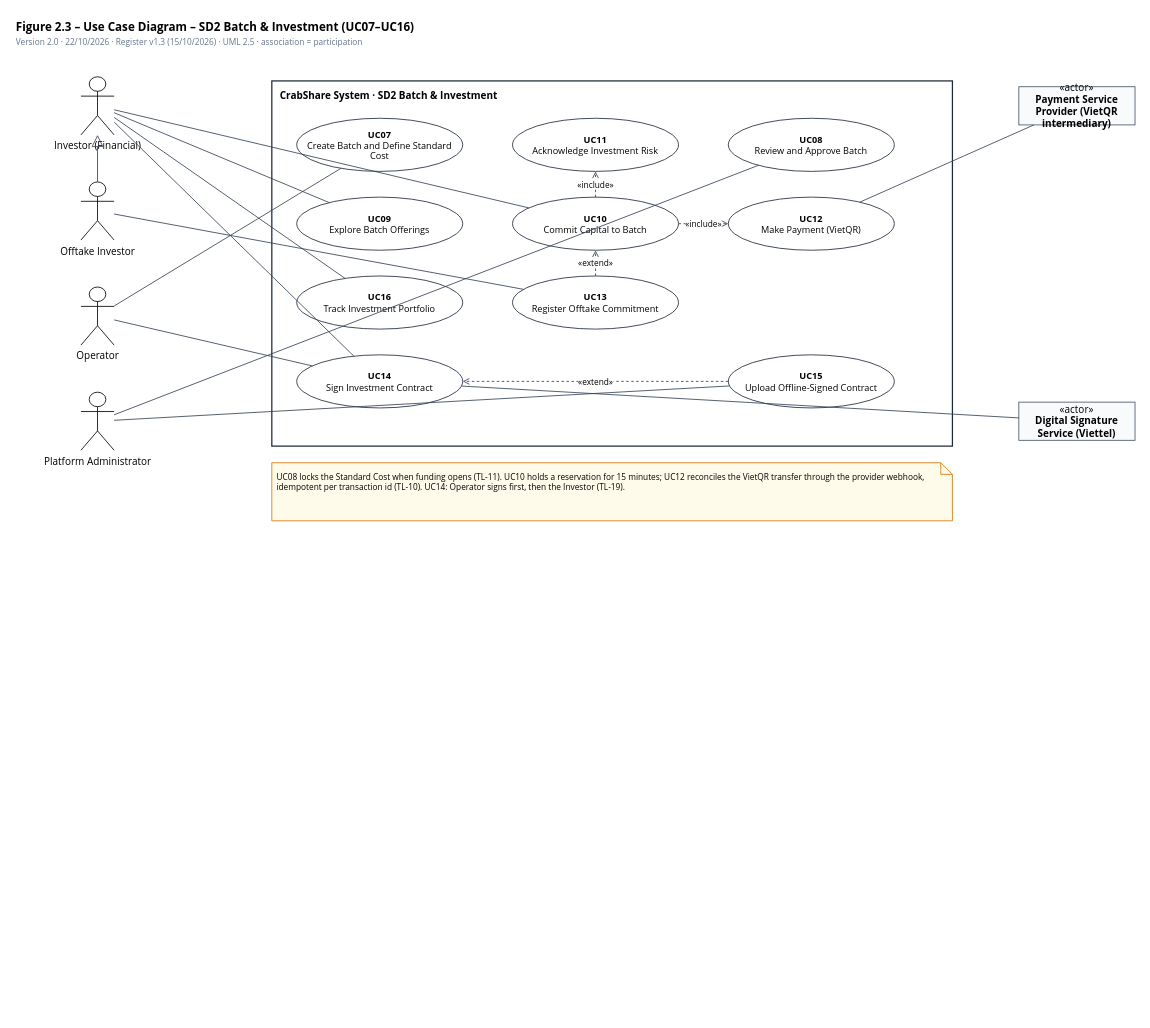
Before: page "SD2 – Batch & Investment" (3 of 7) of docs/diagrams/CrabShare_Use_Case_Diagrams.drawio in thienhoibai/crabshare, a draw.io diagram. Source tidied: cells renumbered, new cells numbered last; positions are measured from the earlier drawing's top-left corner, leaving out a move shared by most shapes. Both pictures are drawn from the tidied source at 83%, with x=0, y=0 at pixel (14, 14).
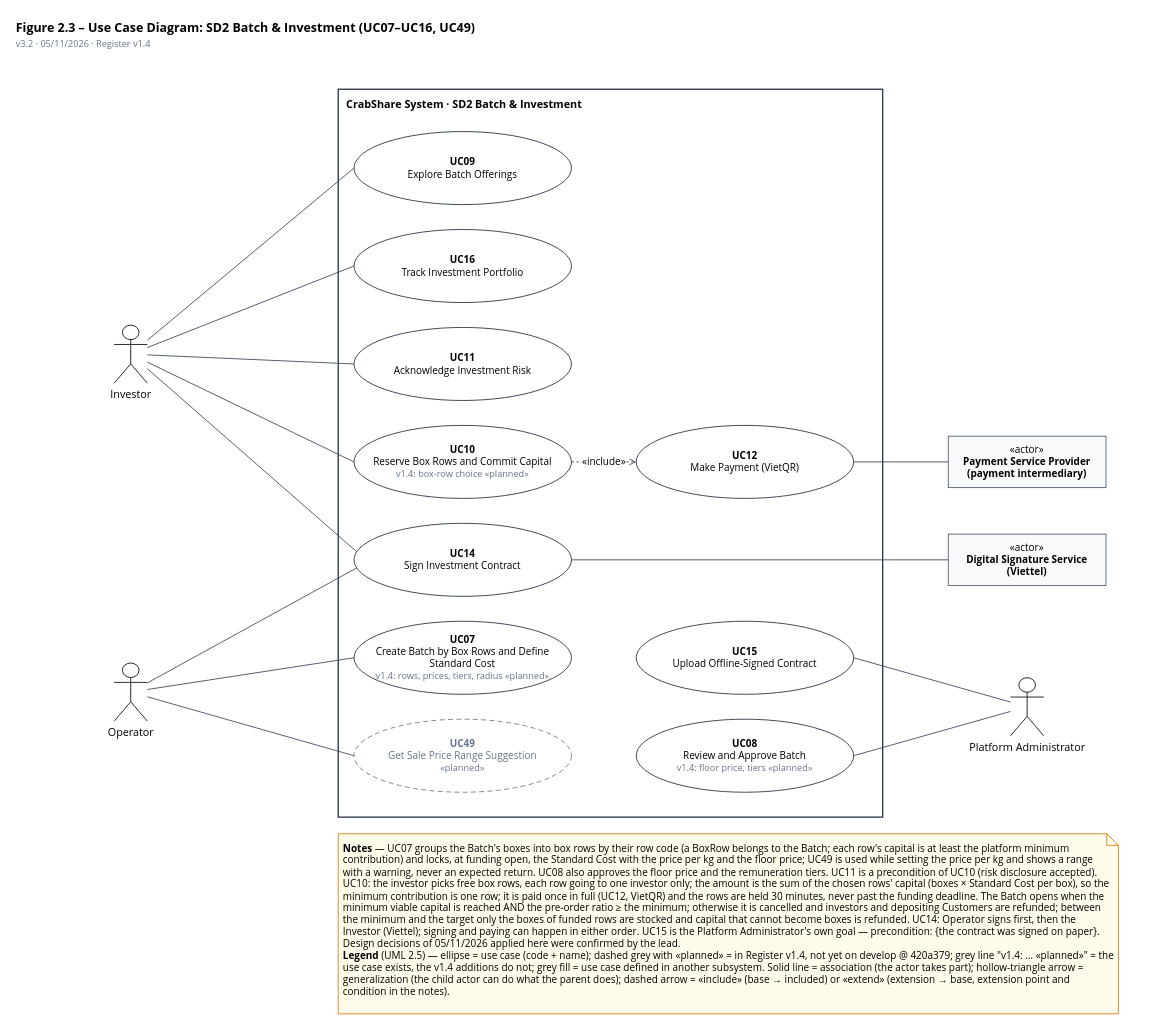
Above is the later version.

Diff of the diagram source:
```diff
@@
-    <mxCell id="2" value="&lt;b&gt;Figure 2.3 – Use Case Diagram – SD2 Batch &amp; Investment (UC07–UC16)&lt;/b&gt;&lt;br&gt;&lt;font style=&quot;font-size:10px&quot; color=&quot;#64748b&quot;&gt;Version 2.0 · 22/10/2026 · Register v1.3 (15/10/2026) · UML 2.5 · association = participation&lt;/font&gt;" style="text;html=1;align=left;verticalAlign=top;whiteSpace=wrap;overflow=hidden;fontFamily=Segoe UI;fontSize=14;" parent="1" vertex="1">
-      <mxGeometry width="900" height="40" as="geometry" />
+    <mxCell id="2" value="&lt;b&gt;Figure 2.3 – Use Case Diagram: SD2 Batch &amp; Investment (UC07–UC16, UC49)&lt;/b&gt;&lt;br&gt;&lt;font style=&quot;font-size:11px&quot; color=&quot;#64748b&quot;&gt;v3.2 · 05/11/2026 · Register v1.4&lt;/font&gt;" style="text;html=1;align=left;verticalAlign=top;whiteSpace=wrap;overflow=hidden;fontFamily=Segoe UI;fontSize=15;" parent="1" vertex="1">
+      <mxGeometry width="1200" height="46" as="geometry" />
     </mxCell>
-    <mxCell id="3" value="CrabShare System · SD2 Batch &amp; Investment" style="rounded=0;whiteSpace=wrap;html=1;fillColor=none;strokeColor=#1e293b;strokeWidth=1.5;align=left;verticalAlign=top;spacingLeft=8;spacingTop=4;fontStyle=1;fontFamily=Segoe UI;" parent="1" vertex="1">
-      <mxGeometry x="310" y="80" width="820" height="440" as="geometry" />
+    <mxCell id="3" value="CrabShare System · SD2 Batch &amp; Investment" style="rounded=0;whiteSpace=wrap;html=1;fillColor=none;strokeColor=#1e293b;strokeWidth=1.5;align=left;verticalAlign=top;spacingLeft=8;spacingTop=4;fontStyle=1;fontFamily=Segoe UI;fontSize=13;" parent="1" vertex="1">
+      <mxGeometry x="390" y="90" width="656" height="877" as="geometry" />
     </mxCell>
-    <mxCell id="4" value="&lt;b&gt;UC07&lt;/b&gt;&lt;br&gt;Create Batch and Define Standard Cost" style="ellipse;whiteSpace=wrap;html=1;fillColor=#ffffff;strokeColor=#1e293b;fontSize=11;fontFamily=Segoe UI;" parent="1" vertex="1">
-      <mxGeometry x="340" y="125" width="200" height="64" as="geometry" />
+    <mxCell id="4" value="&lt;b&gt;UC09&lt;/b&gt;&lt;br&gt;Explore Batch Offerings" style="ellipse;whiteSpace=wrap;html=1;fillColor=#ffffff;strokeColor=#1e293b;fontSize=12;fontFamily=Segoe UI;spacing=3;" parent="1" vertex="1">
+      <mxGeometry x="409" y="141" width="262" height="88" as="geometry" />
     </mxCell>
-    <mxCell id="5" value="&lt;b&gt;UC08&lt;/b&gt;&lt;br&gt;Review and Approve Batch" style="ellipse;whiteSpace=wrap;html=1;fillColor=#ffffff;strokeColor=#1e293b;fontSize=11;fontFamily=Segoe UI;" parent="1" vertex="1">
-      <mxGeometry x="860" y="125" width="200" height="64" as="geometry" />
+    <mxCell id="5" value="&lt;b&gt;UC16&lt;/b&gt;&lt;br&gt;Track Investment Portfolio" style="ellipse;whiteSpace=wrap;html=1;fillColor=#ffffff;strokeColor=#1e293b;fontSize=12;fontFamily=Segoe UI;spacing=3;" parent="1" vertex="1">
+      <mxGeometry x="409" y="259" width="262" height="88" as="geometry" />
     </mxCell>
-    <mxCell id="6" value="&lt;b&gt;UC09&lt;/b&gt;&lt;br&gt;Explore Batch Offerings" style="ellipse;whiteSpace=wrap;html=1;fillColor=#ffffff;strokeColor=#1e293b;fontSize=11;fontFamily=Segoe UI;" parent="1" vertex="1">
-      <mxGeometry x="340" y="220" width="200" height="64" as="geometry" />
+    <mxCell id="6" value="&lt;b&gt;UC11&lt;/b&gt;&lt;br&gt;Acknowledge Investment Risk" style="ellipse;whiteSpace=wrap;html=1;fillColor=#ffffff;strokeColor=#1e293b;fontSize=12;fontFamily=Segoe UI;spacing=3;" parent="1" vertex="1">
+      <mxGeometry x="409" y="377" width="262" height="88" as="geometry" />
     </mxCell>
-    <mxCell id="7" value="&lt;b&gt;UC10&lt;/b&gt;&lt;br&gt;Commit Capital to Batch" style="ellipse;whiteSpace=wrap;html=1;fillColor=#ffffff;strokeColor=#1e293b;fontSize=11;fontFamily=Segoe UI;" parent="1" vertex="1">
-      <mxGeometry x="600" y="220" width="200" height="64" as="geometry" />
+    <mxCell id="7" value="&lt;b&gt;UC10&lt;/b&gt;&lt;br&gt;Reserve Box Rows and Commit Capital&lt;br&gt;&lt;font style=&quot;font-size:11px&quot; color=&quot;#64748b&quot;&gt;v1.4: box-row choice «planned»&lt;/font&gt;" style="ellipse;whiteSpace=wrap;html=1;fillColor=#ffffff;strokeColor=#1e293b;fontSize=12;fontFamily=Segoe UI;spacing=3;" parent="1" vertex="1">
+      <mxGeometry x="409" y="495" width="262" height="88" as="geometry" />
     </mxCell>
-    <mxCell id="8" value="&lt;b&gt;UC11&lt;/b&gt;&lt;br&gt;Acknowledge Investment Risk" style="ellipse;whiteSpace=wrap;html=1;fillColor=#ffffff;strokeColor=#1e293b;fontSize=11;fontFamily=Segoe UI;" parent="1" vertex="1">
-      <mxGeometry x="600" y="125" width="200" height="64" as="geometry" />
+    <mxCell id="8" value="&lt;b&gt;UC14&lt;/b&gt;&lt;br&gt;Sign Investment Contract" style="ellipse;whiteSpace=wrap;html=1;fillColor=#ffffff;strokeColor=#1e293b;fontSize=12;fontFamily=Segoe UI;spacing=3;" parent="1" vertex="1">
+      <mxGeometry x="409" y="613" width="262" height="88" as="geometry" />
     </mxCell>
-    <mxCell id="9" value="&lt;b&gt;UC12&lt;/b&gt;&lt;br&gt;Make Payment (VietQR)" style="ellipse;whiteSpace=wrap;html=1;fillColor=#ffffff;strokeColor=#1e293b;fontSize=11;fontFamily=Segoe UI;" parent="1" vertex="1">
-      <mxGeometry x="860" y="220" width="200" height="64" as="geometry" />
+    <mxCell id="9" value="&lt;b&gt;UC07&lt;/b&gt;&lt;br&gt;Create Batch by Box Rows and Define Standard Cost&lt;br&gt;&lt;font style=&quot;font-size:11px&quot; color=&quot;#64748b&quot;&gt;v1.4: rows, prices, tiers, radius «planned»&lt;/font&gt;" style="ellipse;whiteSpace=wrap;html=1;fillColor=#ffffff;strokeColor=#1e293b;fontSize=12;fontFamily=Segoe UI;spacing=3;" parent="1" vertex="1">
+      <mxGeometry x="409" y="731" width="262" height="88" as="geometry" />
     </mxCell>
-    <mxCell id="10" value="&lt;b&gt;UC13&lt;/b&gt;&lt;br&gt;Register Offtake Commitment" style="ellipse;whiteSpace=wrap;html=1;fillColor=#ffffff;strokeColor=#1e293b;fontSize=11;fontFamily=Segoe UI;" parent="1" vertex="1">
-      <mxGeometry x="600" y="315" width="200" height="64" as="geometry" />
+    <mxCell id="10" value="&lt;b&gt;UC49&lt;/b&gt;&lt;br&gt;Get Sale Price Range Suggestion&lt;br&gt;&lt;font style=&quot;font-size:11px&quot; color=&quot;#64748b&quot;&gt;«planned»&lt;/font&gt;" style="ellipse;whiteSpace=wrap;html=1;fillColor=#ffffff;strokeColor=#64748b;fontSize=12;fontFamily=Segoe UI;spacing=3;dashed=1;dashPattern=6 4;fontColor=#64748b;" parent="1" vertex="1">
+      <mxGeometry x="409" y="849" width="262" height="88" as="geometry" />
     </mxCell>
-    <mxCell id="11" value="&lt;b&gt;UC14&lt;/b&gt;&lt;br&gt;Sign Investment Contract" style="ellipse;whiteSpace=wrap;html=1;fillColor=#ffffff;strokeColor=#1e293b;fontSize=11;fontFamily=Segoe UI;" parent="1" vertex="1">
-      <mxGeometry x="340" y="410" width="200" height="64" as="geometry" />
+    <mxCell id="11" value="&lt;b&gt;UC12&lt;/b&gt;&lt;br&gt;Make Payment (VietQR)" style="ellipse;whiteSpace=wrap;html=1;fillColor=#ffffff;strokeColor=#1e293b;fontSize=12;fontFamily=Segoe UI;spacing=3;" parent="1" vertex="1">
+      <mxGeometry x="749" y="495" width="262" height="88" as="geometry" />
     </mxCell>
-    <mxCell id="12" value="&lt;b&gt;UC15&lt;/b&gt;&lt;br&gt;Upload Offline-Signed Contract" style="ellipse;whiteSpace=wrap;html=1;fillColor=#ffffff;strokeColor=#1e293b;fontSize=11;fontFamily=Segoe UI;" parent="1" vertex="1">
-      <mxGeometry x="860" y="410" width="200" height="64" as="geometry" />
+    <mxCell id="12" value="&lt;b&gt;UC15&lt;/b&gt;&lt;br&gt;Upload Offline-Signed Contract" style="ellipse;whiteSpace=wrap;html=1;fillColor=#ffffff;strokeColor=#1e293b;fontSize=12;fontFamily=Segoe UI;spacing=3;" parent="1" vertex="1">
+      <mxGeometry x="749" y="731" width="262" height="88" as="geometry" />
     </mxCell>
-    <mxCell id="13" value="&lt;b&gt;UC16&lt;/b&gt;&lt;br&gt;Track Investment Portfolio" style="ellipse;whiteSpace=wrap;html=1;fillColor=#ffffff;strokeColor=#1e293b;fontSize=11;fontFamily=Segoe UI;" parent="1" vertex="1">
-      <mxGeometry x="340" y="315" width="200" height="64" as="geometry" />
+    <mxCell id="13" value="&lt;b&gt;UC08&lt;/b&gt;&lt;br&gt;Review and Approve Batch&lt;br&gt;&lt;font style=&quot;font-size:11px&quot; color=&quot;#64748b&quot;&gt;v1.4: floor price, tiers «planned»&lt;/font&gt;" style="ellipse;whiteSpace=wrap;html=1;fillColor=#ffffff;strokeColor=#1e293b;fontSize=12;fontFamily=Segoe UI;spacing=3;" parent="1" vertex="1">
+      <mxGeometry x="749" y="849" width="262" height="88" as="geometry" />
     </mxCell>
-    <mxCell id="14" value="Investor (Financial)" style="shape=umlActor;verticalLabelPosition=bottom;verticalAlign=top;html=1;outlineConnect=0;fontFamily=Segoe UI;" parent="1" vertex="1">
-      <mxGeometry x="80" y="75" width="40" height="70" as="geometry" />
+    <mxCell id="14" value="Investor" style="shape=umlActor;verticalLabelPosition=bottom;verticalAlign=top;html=1;outlineConnect=0;fontFamily=Segoe UI;fontSize=13;" parent="1" vertex="1">
+      <mxGeometry x="120" y="374.2" width="40" height="70" as="geometry" />
     </mxCell>
-    <mxCell id="15" value="Offtake Investor" style="shape=umlActor;verticalLabelPosition=bottom;verticalAlign=top;html=1;outlineConnect=0;fontFamily=Segoe UI;" parent="1" vertex="1">
-      <mxGeometry x="80" y="201.7" width="40" height="70" as="geometry" />
+    <mxCell id="15" value="Operator" style="shape=umlActor;verticalLabelPosition=bottom;verticalAlign=top;html=1;outlineConnect=0;fontFamily=Segoe UI;fontSize=13;" parent="1" vertex="1">
+      <mxGeometry x="120" y="781.3" width="40" height="70" as="geometry" />
     </mxCell>
-    <mxCell id="16" value="Operator" style="shape=umlActor;verticalLabelPosition=bottom;verticalAlign=top;html=1;outlineConnect=0;fontFamily=Segoe UI;" parent="1" vertex="1">
-      <mxGeometry x="80" y="328.3" width="40" height="70" as="geometry" />
+    <mxCell id="16" value="«actor»&lt;br&gt;&lt;b&gt;Payment Service Provider (payment intermediary)&lt;/b&gt;" style="rounded=0;whiteSpace=wrap;html=1;dashed=0;fillColor=#f8fafc;strokeColor=#475569;fontFamily=Segoe UI;fontSize=12;" parent="1" vertex="1">
+      <mxGeometry x="1125" y="508" width="190" height="62" as="geometry" />
     </mxCell>
-    <mxCell id="17" value="Platform Administrator" style="shape=umlActor;verticalLabelPosition=bottom;verticalAlign=top;html=1;outlineConnect=0;fontFamily=Segoe UI;" parent="1" vertex="1">
-      <mxGeometry x="80" y="455" width="40" height="70" as="geometry" />
+    <mxCell id="17" value="«actor»&lt;br&gt;&lt;b&gt;Digital Signature Service (Viettel)&lt;/b&gt;" style="rounded=0;whiteSpace=wrap;html=1;dashed=0;fillColor=#f8fafc;strokeColor=#475569;fontFamily=Segoe UI;fontSize=12;" parent="1" vertex="1">
+      <mxGeometry x="1125" y="626" width="190" height="62" as="geometry" />
     </mxCell>
-    <mxCell id="18" value="«actor»&lt;br&gt;&lt;b&gt;Payment Service Provider (VietQR intermediary)&lt;/b&gt;" style="rounded=0;whiteSpace=wrap;html=1;dashed=0;fillColor=#f8fafc;strokeColor=#475569;fontFamily=Segoe UI;" parent="1" vertex="1">
-      <mxGeometry x="1210" y="87" width="140" height="46" as="geometry" />
+    <mxCell id="18" value="Platform Administrator" style="shape=umlActor;verticalLabelPosition=bottom;verticalAlign=top;html=1;outlineConnect=0;fontFamily=Segoe UI;fontSize=13;" parent="1" vertex="1">
+      <mxGeometry x="1200" y="799" width="40" height="70" as="geometry" />
     </mxCell>
-    <mxCell id="19" value="«actor»&lt;br&gt;&lt;b&gt;Digital Signature Service (Viettel)&lt;/b&gt;" style="rounded=0;whiteSpace=wrap;html=1;dashed=0;fillColor=#f8fafc;strokeColor=#475569;fontFamily=Segoe UI;" parent="1" vertex="1">
-      <mxGeometry x="1210" y="467" width="140" height="46" as="geometry" />
-    </mxCell>
+    <mxCell id="37" style="endArrow=none;html=1;strokeColor=#334155;edgeStyle=none;fontFamily=Segoe UI;entryX=0;entryY=0.5;entryDx=0;entryDy=0;" parent="1" edge="1" source="14" target="4">
+      <mxGeometry relative="1" as="geometry" />
+    </mxCell>
-    <mxCell id="20" style="endArrow=none;html=1;strokeColor=#334155;edgeStyle=none;fontFamily=Segoe UI;" parent="1" edge="1" source="16" target="4">
+    <mxCell id="20" style="endArrow=none;html=1;strokeColor=#334155;edgeStyle=none;fontFamily=Segoe UI;entryX=0;entryY=0.5;entryDx=0;entryDy=0;" parent="1" edge="1" source="14" target="5">
       <mxGeometry relative="1" as="geometry" />
     </mxCell>
-    <mxCell id="21" style="endArrow=none;html=1;strokeColor=#334155;edgeStyle=none;fontFamily=Segoe UI;" parent="1" edge="1" source="17" target="5">
+    <mxCell id="21" style="endArrow=none;html=1;strokeColor=#334155;edgeStyle=none;fontFamily=Segoe UI;entryX=0;entryY=0.5;entryDx=0;entryDy=0;" parent="1" edge="1" source="14" target="6">
       <mxGeometry relative="1" as="geometry" />
     </mxCell>
-    <mxCell id="22" style="endArrow=none;html=1;strokeColor=#334155;edgeStyle=none;fontFamily=Segoe UI;" parent="1" edge="1" source="14" target="6">
+    <mxCell id="22" style="endArrow=none;html=1;strokeColor=#334155;edgeStyle=none;fontFamily=Segoe UI;entryX=0;entryY=0.5;entryDx=0;entryDy=0;" parent="1" edge="1" source="14" target="7">
       <mxGeometry relative="1" as="geometry" />
     </mxCell>
-    <mxCell id="23" style="endArrow=none;html=1;strokeColor=#334155;edgeStyle=none;fontFamily=Segoe UI;" parent="1" edge="1" source="14" target="7">
+    <mxCell id="23" style="endArrow=none;html=1;strokeColor=#334155;edgeStyle=none;fontFamily=Segoe UI;entryX=0;entryY=0.38;entryDx=0;entryDy=0;" parent="1" edge="1" source="14" target="8">
       <mxGeometry relative="1" as="geometry" />
     </mxCell>
-    <mxCell id="24" style="endArrow=none;html=1;strokeColor=#334155;edgeStyle=none;fontFamily=Segoe UI;" parent="1" edge="1" source="18" target="9">
+    <mxCell id="24" style="endArrow=none;html=1;strokeColor=#334155;edgeStyle=none;fontFamily=Segoe UI;entryX=0;entryY=0.62;entryDx=0;entryDy=0;" parent="1" edge="1" source="15" target="8">
       <mxGeometry relative="1" as="geometry" />
     </mxCell>
-    <mxCell id="25" style="endArrow=none;html=1;strokeColor=#334155;edgeStyle=none;fontFamily=Segoe UI;" parent="1" edge="1" source="15" target="10">
+    <mxCell id="25" style="endArrow=none;html=1;strokeColor=#334155;edgeStyle=none;fontFamily=Segoe UI;entryX=1;entryY=0.5;entryDx=0;entryDy=0;" parent="1" edge="1" source="17" target="8">
       <mxGeometry relative="1" as="geometry" />
     </mxCell>
-    <mxCell id="26" style="endArrow=none;html=1;strokeColor=#334155;edgeStyle=none;fontFamily=Segoe UI;" parent="1" edge="1" source="14" target="11">
+    <mxCell id="26" style="endArrow=none;html=1;strokeColor=#334155;edgeStyle=none;fontFamily=Segoe UI;entryX=0;entryY=0.5;entryDx=0;entryDy=0;" parent="1" edge="1" source="15" target="9">
       <mxGeometry relative="1" as="geometry" />
     </mxCell>
-    <mxCell id="27" style="endArrow=none;html=1;strokeColor=#334155;edgeStyle=none;fontFamily=Segoe UI;" parent="1" edge="1" source="16" target="11">
+    <mxCell id="27" style="endArrow=none;html=1;strokeColor=#334155;edgeStyle=none;fontFamily=Segoe UI;entryX=0;entryY=0.5;entryDx=0;entryDy=0;" parent="1" edge="1" source="15" target="10">
       <mxGeometry relative="1" as="geometry" />
     </mxCell>
-    <mxCell id="28" style="endArrow=none;html=1;strokeColor=#334155;edgeStyle=none;fontFamily=Segoe UI;" parent="1" edge="1" source="19" target="11">
+    <mxCell id="28" style="endArrow=none;html=1;strokeColor=#334155;edgeStyle=none;fontFamily=Segoe UI;entryX=1;entryY=0.5;entryDx=0;entryDy=0;" parent="1" edge="1" source="16" target="11">
       <mxGeometry relative="1" as="geometry" />
     </mxCell>
-    <mxCell id="29" style="endArrow=none;html=1;strokeColor=#334155;edgeStyle=none;fontFamily=Segoe UI;" parent="1" edge="1" source="17" target="12">
+    <mxCell id="29" style="endArrow=none;html=1;strokeColor=#334155;edgeStyle=none;fontFamily=Segoe UI;entryX=1;entryY=0.5;entryDx=0;entryDy=0;" parent="1" edge="1" source="18" target="12">
       <mxGeometry relative="1" as="geometry" />
     </mxCell>
-    <mxCell id="30" style="endArrow=none;html=1;strokeColor=#334155;edgeStyle=none;fontFamily=Segoe UI;" parent="1" edge="1" source="14" target="13">
+    <mxCell id="30" style="endArrow=none;html=1;strokeColor=#334155;edgeStyle=none;fontFamily=Segoe UI;entryX=1;entryY=0.5;entryDx=0;entryDy=0;" parent="1" edge="1" source="18" target="13">
       <mxGeometry relative="1" as="geometry" />
     </mxCell>
-    <mxCell id="31" value="«include»" style="endArrow=open;endFill=0;dashed=1;html=1;strokeColor=#334155;edgeStyle=none;fontSize=10;fontFamily=Segoe UI;" parent="1" edge="1" source="7" target="8">
+    <mxCell id="31" value="«include»" style="endArrow=open;endFill=0;dashed=1;html=1;strokeColor=#334155;edgeStyle=none;fontSize=12;fontFamily=Segoe UI;labelBackgroundColor=#ffffff;" parent="1" edge="1" source="7" target="11">
       <mxGeometry relative="1" as="geometry" />
     </mxCell>
-    <mxCell id="32" value="«include»" style="endArrow=open;endFill=0;dashed=1;html=1;strokeColor=#334155;edgeStyle=none;fontSize=10;fontFamily=Segoe UI;" parent="1" edge="1" source="7" target="9">
-      <mxGeometry relative="1" as="geometry" />
+    <mxCell id="32" value="&lt;b&gt;Notes&lt;/b&gt; — UC07 groups the Batch's boxes into box rows by their row code (a BoxRow belongs to the Batch; each row's capital is at least the platform minimum contribution) and locks, at funding open, the Standard Cost with the price per kg and the floor price; UC49 is used while setting the price per kg and shows a range with a warning, never an expected return. UC08 also approves the floor price and the remuneration tiers. UC11 is a precondition of UC10 (risk disclosure accepted). UC10: the investor picks free box rows, each row going to one investor only; the amount is the sum of the chosen rows' capital (boxes × Standard Cost per box), so the minimum contribution is one row; it is paid once in full (UC12, VietQR) and the rows are held 30 minutes, never past the funding deadline. The Batch opens when the minimum viable capital is reached AND the pre-order ratio ≥ the minimum; otherwise it is cancelled and investors and depositing Customers are refunded; between the minimum and the target only the boxes of funded rows are stocked and capital that cannot become boxes is refunded. UC14: Operator signs first, then the Investor (Viettel); signing and paying can happen in either order. UC15 is the Platform Administrator's own goal — precondition: {the contract was signed on paper}. Design decisions of 05/11/2026 applied here were confirmed by the lead.&lt;br&gt;&lt;b&gt;Legend&lt;/b&gt; (UML 2.5) — ellipse = use case (code + name); dashed grey with «planned» = in Register v1.4, not yet on develop @ 420a379; grey line &quot;v1.4: … «planned»&quot; = the use case exists, the v1.4 additions do not; grey fill = use case defined in another subsystem. Solid line = association (the actor takes part); hollow-triangle arrow = generalization (the child actor can do what the parent does); dashed arrow = «include» (base → included) or «extend» (extension → base, extension point and condition in the notes)." style="shape=note;whiteSpace=wrap;html=1;size=14;fillColor=#fffbeb;strokeColor=#d97706;align=left;verticalAlign=top;spacing=6;fontSize=12;fontFamily=Segoe UI;" parent="1" vertex="1">
+      <mxGeometry x="390" y="987" width="940" height="217" as="geometry" />
     </mxCell>
-    <mxCell id="33" value="«extend»" style="endArrow=open;endFill=0;dashed=1;html=1;strokeColor=#334155;edgeStyle=none;fontSize=10;fontFamily=Segoe UI;" parent="1" edge="1" source="10" target="7">
-      <mxGeometry relative="1" as="geometry" />
-    </mxCell>
-    <mxCell id="34" value="«extend»" style="endArrow=open;endFill=0;dashed=1;html=1;strokeColor=#334155;edgeStyle=none;fontSize=10;fontFamily=Segoe UI;" parent="1" edge="1" source="12" target="11">
-      <mxGeometry relative="1" as="geometry" />
-    </mxCell>
-    <mxCell id="35" style="endArrow=block;endFill=0;html=1;strokeColor=#334155;edgeStyle=none;endSize=12;fontFamily=Segoe UI;" parent="1" edge="1" source="15" target="14">
-      <mxGeometry relative="1" as="geometry" />
-    </mxCell>
-    <mxCell id="36" value="UC08 locks the Standard Cost when funding opens (TL-11). UC10 holds a reservation for 15 minutes; UC12 reconciles the VietQR transfer through the provider webhook, idempotent per transaction id (TL-10). UC14: Operator signs first, then the Investor (TL-19)." style="shape=note;whiteSpace=wrap;html=1;size=14;fillColor=#fffbeb;strokeColor=#d97706;align=left;verticalAlign=top;spacing=6;fontSize=10;fontFamily=Segoe UI;" parent="1" vertex="1">
-      <mxGeometry x="310" y="540" width="820" height="70" as="geometry" />
-    </mxCell>
```
